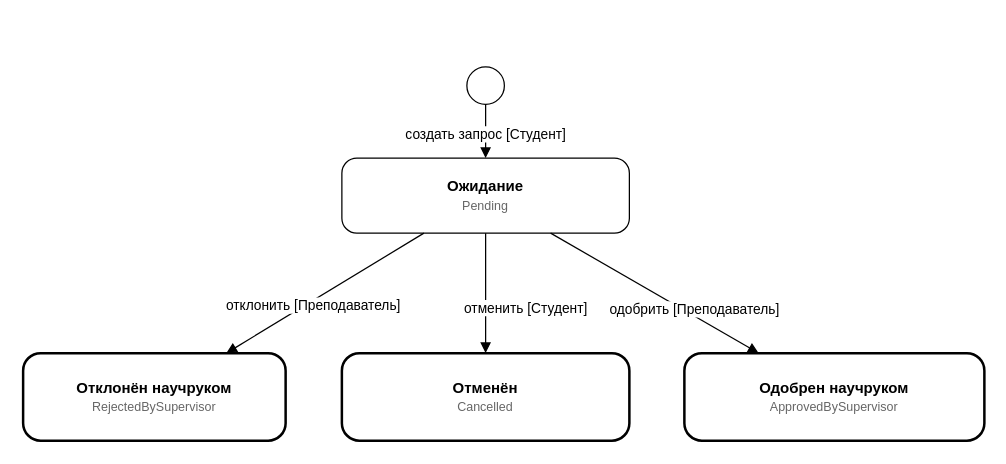
The draw.io diagram docs/lc_supervisor_request.drawio in Effecktus/AcademicTopicSelectionService, before the edit. Source tidied: cells renumbered, new cells numbered last; positions are measured from the earlier drawing's top-left corner, leaving out a move shared by most shapes. Both pictures are drawn from the tidied source at 125%, with x=0, y=0 at pixel (22, 66).
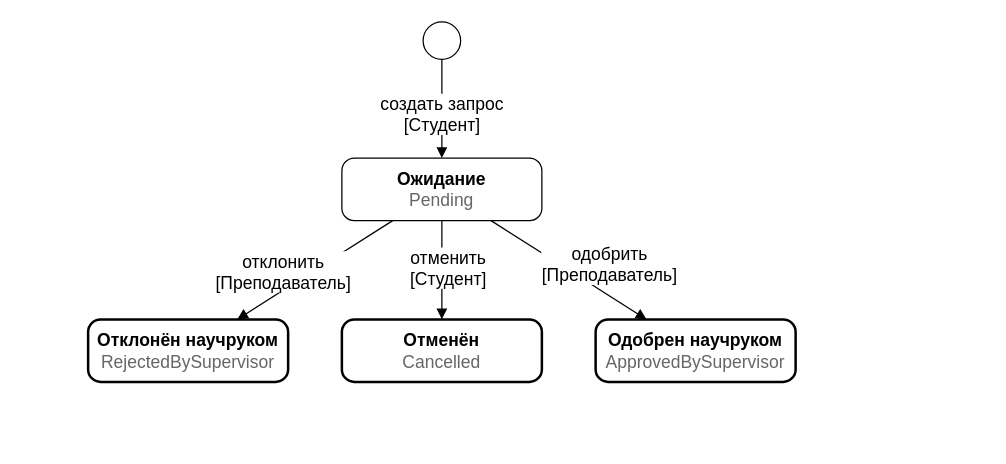
After the change.

Diff of the diagram source:
```diff
@@
 <mxGraphModel>
   <root>
     <mxCell id="0" />
     <mxCell id="1" parent="0" />
-    <mxCell id="2" style="ellipse;" parent="1" vertex="1">
-      <mxGeometry x="355" width="30" height="30" as="geometry" />
+    <mxCell id="2" style="ellipse;fontSize=14;" parent="1" vertex="1">
+      <mxGeometry x="320" y="-36" width="30" height="30" as="geometry" />
     </mxCell>
-    <mxCell id="3" value="&lt;b&gt;Ожидание&lt;/b&gt;&lt;br&gt;&lt;font style=&quot;font-size: 10px; color: #666666;&quot;&gt;Pending&lt;/font&gt;" style="rounded=1;whiteSpace=wrap;html=1;arcSize=20;fontSize=12;" parent="1" vertex="1">
-      <mxGeometry x="255" y="73" width="230" height="60" as="geometry" />
+    <mxCell id="3" value="&lt;b&gt;Ожидание&lt;/b&gt;&lt;br&gt;&lt;font style=&quot;color: rgb(102, 102, 102);&quot;&gt;Pending&lt;/font&gt;" style="rounded=1;whiteSpace=wrap;html=1;arcSize=20;fontSize=14;" parent="1" vertex="1">
+      <mxGeometry x="255" y="73" width="160" height="50" as="geometry" />
     </mxCell>
-    <mxCell id="4" value="&lt;b&gt;Отклонён научруком&lt;/b&gt;&lt;br&gt;&lt;font style=&quot;font-size: 10px; color: #666666;&quot;&gt;RejectedBySupervisor&lt;/font&gt;" style="rounded=1;whiteSpace=wrap;html=1;arcSize=20;fontSize=12;strokeWidth=2;" parent="1" vertex="1">
-      <mxGeometry y="229" width="210" height="70" as="geometry" />
+    <mxCell id="4" value="&lt;b&gt;Отклонён научруком&lt;/b&gt;&lt;br&gt;&lt;font style=&quot;color: rgb(102, 102, 102);&quot;&gt;RejectedBySupervisor&lt;/font&gt;" style="rounded=1;whiteSpace=wrap;html=1;arcSize=20;fontSize=14;strokeWidth=2;" parent="1" vertex="1">
+      <mxGeometry x="52" y="202" width="160" height="50" as="geometry" />
     </mxCell>
-    <mxCell id="5" value="&lt;b&gt;Отменён&lt;/b&gt;&lt;br&gt;&lt;font style=&quot;font-size: 10px; color: #666666;&quot;&gt;Cancelled&lt;/font&gt;" style="rounded=1;whiteSpace=wrap;html=1;arcSize=20;fontSize=12;strokeWidth=2;" parent="1" vertex="1">
-      <mxGeometry x="255" y="229" width="230" height="70" as="geometry" />
+    <mxCell id="5" value="&lt;b&gt;Отменён&lt;/b&gt;&lt;br&gt;&lt;font style=&quot;color: rgb(102, 102, 102);&quot;&gt;Cancelled&lt;/font&gt;" style="rounded=1;whiteSpace=wrap;html=1;arcSize=20;fontSize=14;strokeWidth=2;" parent="1" vertex="1">
+      <mxGeometry x="255" y="202" width="160" height="50" as="geometry" />
     </mxCell>
-    <mxCell id="6" value="&lt;b&gt;Одобрен научруком&lt;/b&gt;&lt;br&gt;&lt;font style=&quot;font-size: 10px; color: #666666;&quot;&gt;ApprovedBySupervisor&lt;/font&gt;" style="rounded=1;whiteSpace=wrap;html=1;arcSize=20;fontSize=12;strokeWidth=2;" parent="1" vertex="1">
-      <mxGeometry x="529" y="229" width="240" height="70" as="geometry" />
+    <mxCell id="6" value="&lt;b&gt;Одобрен научруком&lt;/b&gt;&lt;br&gt;&lt;font style=&quot;color: rgb(102, 102, 102);&quot;&gt;ApprovedBySupervisor&lt;/font&gt;" style="rounded=1;whiteSpace=wrap;html=1;arcSize=20;fontSize=14;strokeWidth=2;" parent="1" vertex="1">
+      <mxGeometry x="458" y="202" width="160" height="50" as="geometry" />
     </mxCell>
-    <mxCell id="7" value="создать запрос [Студент]" style="html=1;endArrow=block;endFill=1;exitX=0.5;exitY=1;exitDx=0;exitDy=0;entryX=0.5;entryY=0;entryDx=0;entryDy=0;" parent="1" edge="1" source="2" target="3">
+    <mxCell id="7" value="создать запрос&lt;div&gt;[Студент]&lt;/div&gt;" style="html=1;endArrow=block;endFill=1;exitX=0.5;exitY=1;exitDx=0;exitDy=0;entryX=0.5;entryY=0;entryDx=0;entryDy=0;fontSize=14;" parent="1" edge="1" source="2" target="3">
       <mxGeometry x="0.12" relative="1" as="geometry" />
     </mxCell>
-    <mxCell id="8" value="отклонить [Преподаватель]" style="html=1;endArrow=block;endFill=1;" parent="1" edge="1" source="3" target="4">
-      <mxGeometry x="0.15" y="4" relative="1" as="geometry" />
+    <mxCell id="8" value="отклонить&lt;div&gt;[Преподаватель]&lt;/div&gt;" style="html=1;endArrow=block;endFill=1;fontSize=14;" parent="1" edge="1" source="3" target="4">
+      <mxGeometry x="0.3" y="-12" relative="1" as="geometry" />
     </mxCell>
-    <mxCell id="9" value="отменить [Студент]" style="html=1;endArrow=block;endFill=1;exitX=0.5;exitY=1;exitDx=0;exitDy=0;entryX=0.5;entryY=0;entryDx=0;entryDy=0;" parent="1" edge="1" source="3" target="5">
-      <mxGeometry x="0.25" y="32" relative="1" as="geometry" />
+    <mxCell id="9" value="отменить&lt;div&gt;[Студент]&lt;/div&gt;" style="html=1;endArrow=block;endFill=1;exitX=0.5;exitY=1;exitDx=0;exitDy=0;entryX=0.5;entryY=0;entryDx=0;entryDy=0;fontSize=14;" parent="1" edge="1" source="3" target="5">
+      <mxGeometry x="-0.04" y="5" relative="1" as="geometry" />
     </mxCell>
-    <mxCell id="10" value="одобрить [Преподаватель]" style="html=1;endArrow=block;endFill=1;" parent="1" edge="1" source="3" target="6">
-      <mxGeometry x="0.35" y="5" relative="1" as="geometry" />
+    <mxCell id="10" value="одобрить&lt;div&gt;[Преподаватель]&lt;/div&gt;" style="html=1;endArrow=block;endFill=1;fontSize=14;" parent="1" edge="1" source="3" target="6">
+      <mxGeometry x="0.35" y="21" relative="1" as="geometry" />
     </mxCell>
   </root>
 </mxGraphModel>
```
